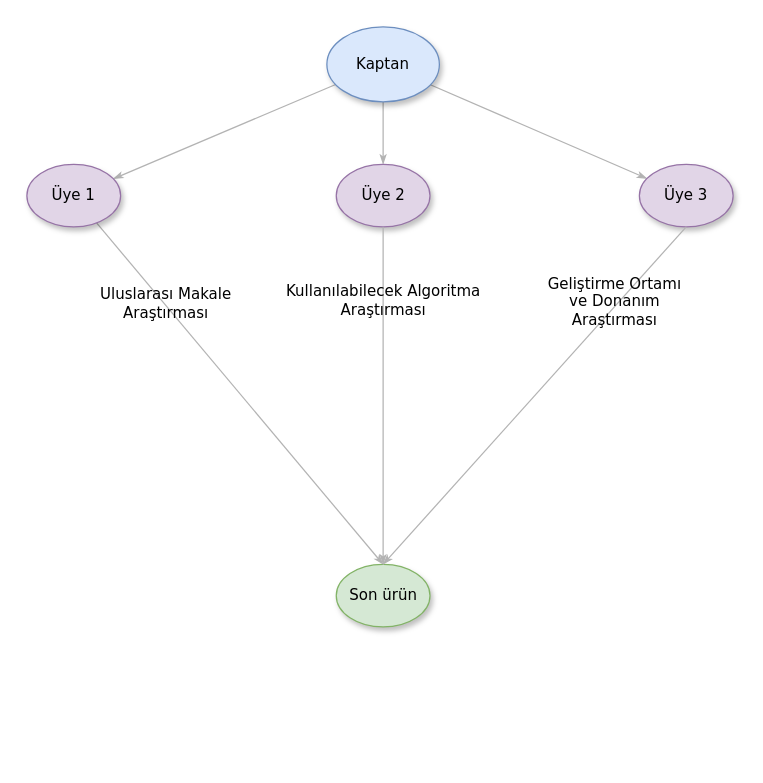
Above: Untitled Diagram.drawio in mfurkangon/teknofest-DevAI (draw.io), before the change. Source tidied: cells renumbered, new cells numbered last; positions are measured from the earlier drawing's top-left corner, leaving out a move shared by most shapes. Both pictures are drawn from the tidied source at 125%, with x=0, y=0 at pixel (26, 26).
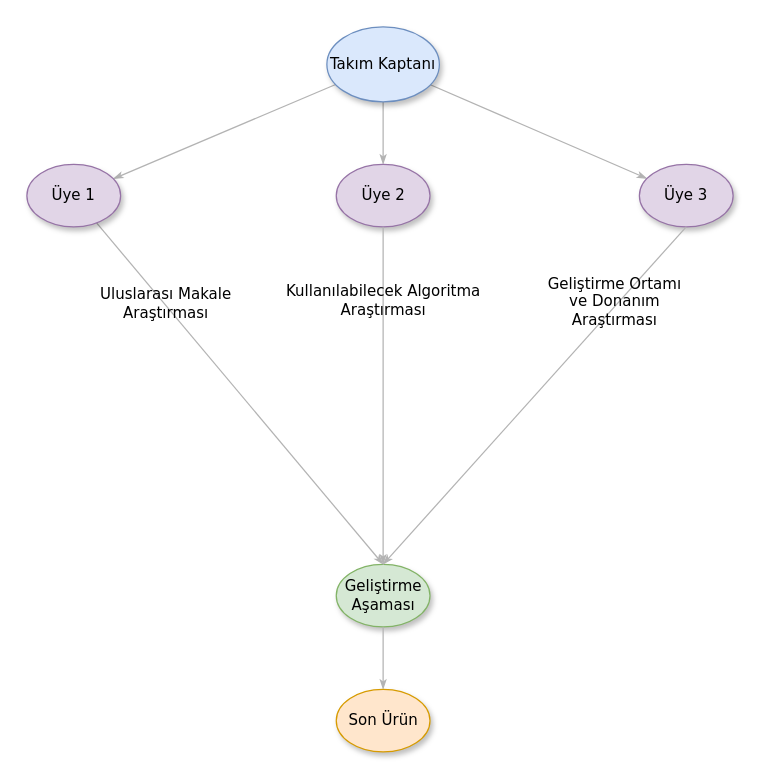
After the change.

What changed in the source:
```diff
@@
 <mxGraphModel>
   <root>
     <mxCell id="0" />
     <mxCell id="1" parent="0" />
     <mxCell id="2" style="edgeStyle=none;rounded=1;html=1;labelBackgroundColor=none;startArrow=none;startFill=0;startSize=5;endArrow=classicThin;endFill=1;endSize=5;jettySize=auto;strokeColor=#B3B3B3;strokeWidth=1;fontFamily=Verdana;fontSize=12;" parent="1" edge="1" source="5" target="6">
       <mxGeometry relative="1" as="geometry" />
     </mxCell>
     <mxCell id="3" style="edgeStyle=none;rounded=1;html=1;labelBackgroundColor=none;startArrow=none;startFill=0;startSize=5;endArrow=classicThin;endFill=1;endSize=5;jettySize=auto;strokeColor=#B3B3B3;strokeWidth=1;fontFamily=Verdana;fontSize=12;" parent="1" edge="1" source="5" target="10">
       <mxGeometry relative="1" as="geometry" />
     </mxCell>
     <mxCell id="4" style="edgeStyle=none;rounded=1;html=1;labelBackgroundColor=none;startArrow=none;startFill=0;startSize=5;endArrow=classicThin;endFill=1;endSize=5;jettySize=auto;strokeColor=#B3B3B3;strokeWidth=1;fontFamily=Verdana;fontSize=12;" parent="1" edge="1" source="5" target="7">
       <mxGeometry x="-0.04" y="-41" relative="1" as="geometry" />
     </mxCell>
-    <mxCell id="5" value="Kaptan" style="ellipse;whiteSpace=wrap;html=1;rounded=0;shadow=1;comic=0;labelBackgroundColor=none;strokeWidth=1;fontFamily=Verdana;fontSize=12;align=center;fillColor=#dae8fc;strokeColor=#6c8ebf;" parent="1" vertex="1">
+    <mxCell id="5" value="Takım Kaptanı" style="ellipse;whiteSpace=wrap;html=1;rounded=0;shadow=1;comic=0;labelBackgroundColor=none;strokeWidth=1;fontFamily=Verdana;fontSize=12;align=center;fillColor=#dae8fc;strokeColor=#6c8ebf;" parent="1" vertex="1">
       <mxGeometry x="240" width="90" height="60" as="geometry" />
     </mxCell>
     <mxCell id="6" value="Üye 2" style="ellipse;whiteSpace=wrap;html=1;rounded=0;shadow=1;comic=0;labelBackgroundColor=none;strokeWidth=1;fontFamily=Verdana;fontSize=12;align=center;fillColor=#e1d5e7;strokeColor=#9673a6;" parent="1" vertex="1">
       <mxGeometry x="247.5" y="110" width="75" height="50" as="geometry" />
     </mxCell>
     <mxCell id="7" value="Üye 3" style="ellipse;whiteSpace=wrap;html=1;rounded=0;shadow=1;comic=0;labelBackgroundColor=none;strokeWidth=1;fontFamily=Verdana;fontSize=12;align=center;fillColor=#e1d5e7;strokeColor=#9673a6;" parent="1" vertex="1">
       <mxGeometry x="490" y="110" width="75" height="50" as="geometry" />
     </mxCell>
-    <mxCell id="8" value="Son ürün" style="ellipse;whiteSpace=wrap;html=1;rounded=0;shadow=1;comic=0;labelBackgroundColor=none;strokeWidth=1;fontFamily=Verdana;fontSize=12;align=center;fillColor=#d5e8d4;strokeColor=#82b366;" parent="1" vertex="1">
+    <mxCell id="8" value="Geliştirme Aşaması" style="ellipse;whiteSpace=wrap;html=1;rounded=0;shadow=1;comic=0;labelBackgroundColor=none;strokeWidth=1;fontFamily=Verdana;fontSize=12;align=center;fillColor=#d5e8d4;strokeColor=#82b366;" parent="1" vertex="1">
       <mxGeometry x="247.5" y="430" width="75" height="50" as="geometry" />
     </mxCell>
     <mxCell id="9" value="Uluslarası Makale &lt;br&gt;Araştırması" style="edgeStyle=none;rounded=1;html=1;labelBackgroundColor=none;startArrow=none;startFill=0;startSize=5;endArrow=classicThin;endFill=1;endSize=5;jettySize=auto;strokeColor=#B3B3B3;strokeWidth=1;fontFamily=Verdana;fontSize=12;entryX=0.5;entryY=0;entryDx=0;entryDy=0;" parent="1" edge="1" source="10" target="8">
       <mxGeometry x="-0.53" y="1" relative="1" as="geometry" />
     </mxCell>
     <mxCell id="10" value="Üye 1" style="ellipse;whiteSpace=wrap;html=1;rounded=0;shadow=1;comic=0;labelBackgroundColor=none;strokeWidth=1;fontFamily=Verdana;fontSize=12;align=center;fillColor=#e1d5e7;strokeColor=#9673a6;" parent="1" vertex="1">
       <mxGeometry y="110" width="75" height="50" as="geometry" />
     </mxCell>
     <mxCell id="11" value="Kullanılabilecek Algoritma &lt;br&gt;Araştırması" style="edgeStyle=none;rounded=1;html=1;labelBackgroundColor=none;startArrow=none;startFill=0;startSize=5;endArrow=classicThin;endFill=1;endSize=5;jettySize=auto;strokeColor=#B3B3B3;strokeWidth=1;fontFamily=Verdana;fontSize=12;entryX=0.5;entryY=0;entryDx=0;entryDy=0;exitX=0.5;exitY=1;exitDx=0;exitDy=0;" parent="1" edge="1" source="6" target="8">
       <mxGeometry x="-0.56" relative="1" as="geometry" />
     </mxCell>
     <mxCell id="12" value="Geliştirme Ortamı &lt;br&gt;ve Donanım &lt;br&gt;Araştırması" style="edgeStyle=none;rounded=1;html=1;labelBackgroundColor=none;startArrow=none;startFill=0;startSize=5;endArrow=classicThin;endFill=1;endSize=5;jettySize=auto;strokeColor=#B3B3B3;strokeWidth=1;fontFamily=Verdana;fontSize=12;entryX=0.5;entryY=0;entryDx=0;entryDy=0;exitX=0.5;exitY=1;exitDx=0;exitDy=0;" parent="1" edge="1" source="7" target="8">
       <mxGeometry x="-0.54" y="-3" relative="1" as="geometry" />
     </mxCell>
+    <mxCell id="13" style="edgeStyle=none;rounded=1;html=1;labelBackgroundColor=none;startArrow=none;startFill=0;startSize=5;endArrow=classicThin;endFill=1;endSize=5;jettySize=auto;strokeColor=#B3B3B3;strokeWidth=1;fontFamily=Verdana;fontSize=12;exitX=0.5;exitY=1;exitDx=0;exitDy=0;entryX=0.5;entryY=0;entryDx=0;entryDy=0;" parent="1" edge="1" source="8" target="14">
+      <mxGeometry relative="1" as="geometry" />
+    </mxCell>
+    <mxCell id="14" value="Son Ürün" style="ellipse;whiteSpace=wrap;html=1;rounded=0;shadow=1;comic=0;labelBackgroundColor=none;strokeWidth=1;fontFamily=Verdana;fontSize=12;align=center;fillColor=#ffe6cc;strokeColor=#d79b00;" parent="1" vertex="1">
+      <mxGeometry x="247.5" y="530" width="75" height="50" as="geometry" />
+    </mxCell>
   </root>
 </mxGraphModel>
```
